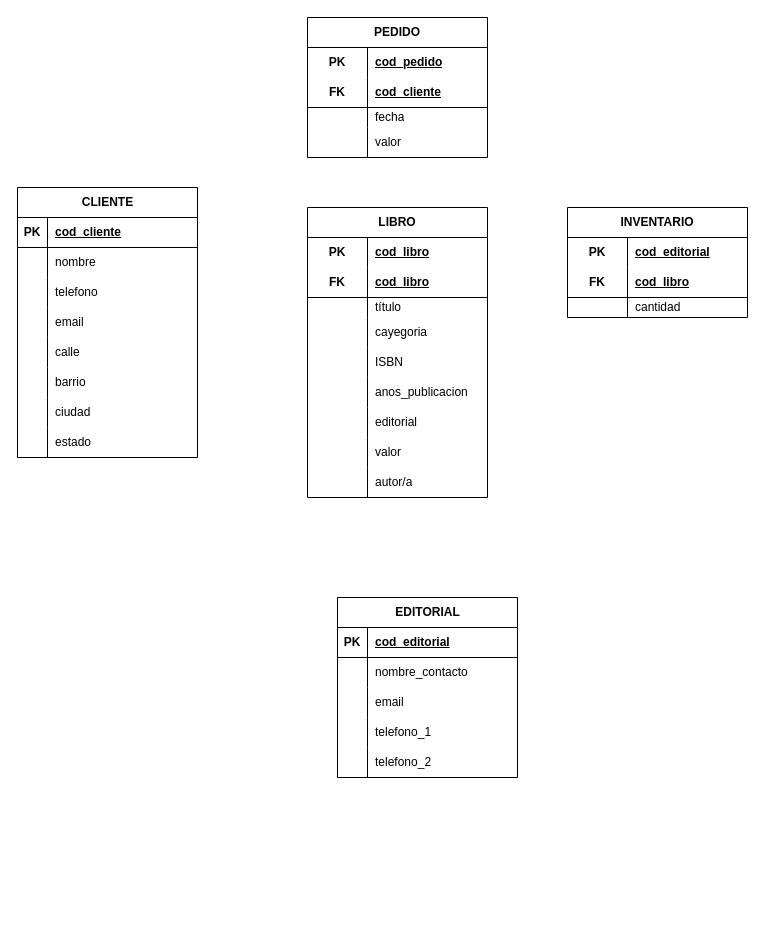
maximo-he/Modelado-de-base-de-datos keeps this draw.io diagram as modelo-logico.drawio. Above is the earlier version. Source tidied: cells renumbered, new cells numbered last; positions are measured from the earlier drawing's top-left corner, leaving out a move shared by most shapes. Both pictures are drawn from the tidied source at 100%, with x=0, y=0 at pixel (17, 17).
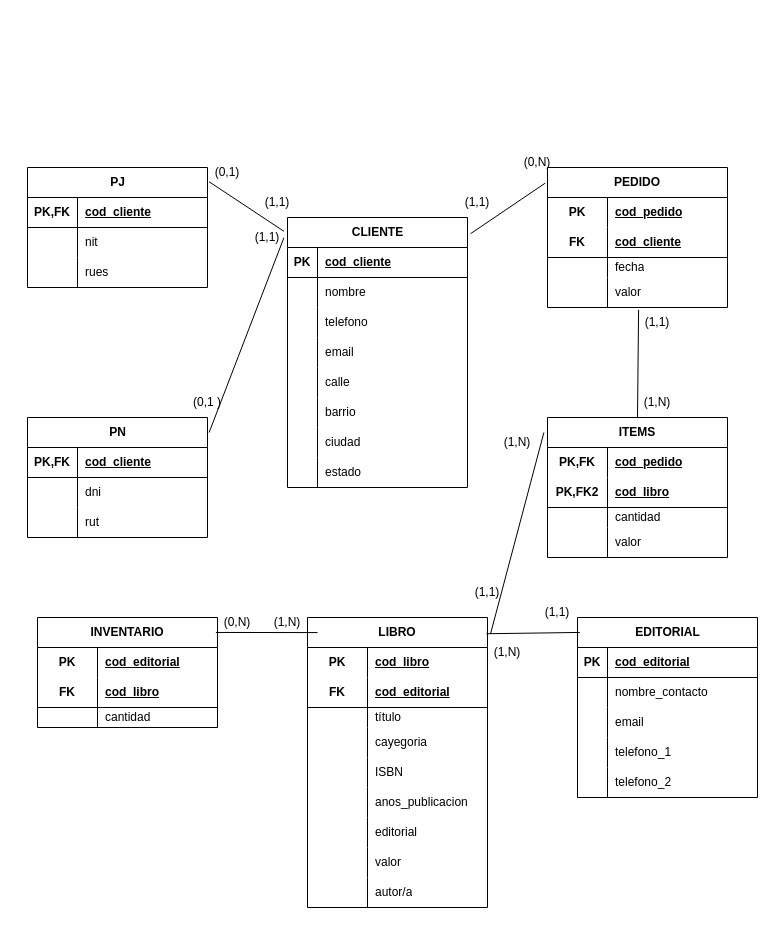
Above is the later version.

Unchanged cells that the change refers to:
```xml
<mxCell id="53" style="shape=tableRow;horizontal=0;startSize=0;swimlaneHead=0;swimlaneBody=0;fillColor=none;points=[[0,0.5],[1,0.5]];portConstraint=eastwest;top=0;left=0;right=0;bottom=0;html=1;" parent="43" vertex="1">
  <mxGeometry y="110" width="180" height="30" as="geometry" />
</mxCell>
<mxCell id="60" style="shape=tableRow;horizontal=0;startSize=0;swimlaneHead=0;swimlaneBody=0;fillColor=none;top=0;left=0;right=0;bottom=1;html=1;" parent="56" vertex="1">
  <mxGeometry y="60" width="180" height="30" as="geometry" />
</mxCell>
```

What changed in the source:
```diff
@@
     <mxCell id="2" value="CLIENTE" style="shape=table;startSize=30;childLayout=tableLayout;rowLines=0;fontStyle=1;align=center;html=1;" parent="1" vertex="1">
-      <mxGeometry y="170" width="180" height="270" as="geometry" />
+      <mxGeometry x="270" y="200" width="180" height="270" as="geometry" />
     </mxCell>
@@
     <mxCell id="27" value="EDITORIAL" style="shape=table;startSize=30;childLayout=tableLayout;rowLines=0;fontStyle=1;align=center;html=1;" parent="1" vertex="1">
-      <mxGeometry x="320" y="580" width="180" height="180" as="geometry" />
+      <mxGeometry x="560" y="600" width="180" height="180" as="geometry" />
     </mxCell>
@@
     <mxCell id="43" value="PEDIDO" style="shape=table;startSize=30;childLayout=tableLayout;rowLines=0;fontStyle=1;align=center;html=1;whiteSpace=wrap;" parent="1" vertex="1">
-      <mxGeometry x="290" width="180" height="140" as="geometry" />
+      <mxGeometry x="530" y="150" width="180" height="140" as="geometry" />
     </mxCell>
@@
     <mxCell id="56" value="LIBRO" style="shape=table;startSize=30;childLayout=tableLayout;rowLines=0;fontStyle=1;align=center;html=1;whiteSpace=wrap;" parent="1" vertex="1">
-      <mxGeometry x="290" y="190" width="180" height="290" as="geometry" />
+      <mxGeometry x="290" y="600" width="180" height="290" as="geometry" />
     </mxCell>
@@
-    <mxCell id="62" value="cod_libro" style="shape=partialRectangle;fillColor=none;top=0;left=0;bottom=0;right=0;align=left;spacingLeft=6;fontStyle=5;overflow=hidden;html=1;whiteSpace=wrap;" parent="60" vertex="1">
+    <mxCell id="62" value="cod_editorial" style="shape=partialRectangle;fillColor=none;top=0;left=0;bottom=0;right=0;align=left;spacingLeft=6;fontStyle=5;overflow=hidden;html=1;whiteSpace=wrap;" parent="60" vertex="1">
       <mxGeometry x="60" width="120" height="30" as="geometry" />
     </mxCell>
@@
     <mxCell id="84" value="INVENTARIO" style="shape=table;startSize=30;childLayout=tableLayout;rowLines=0;fontStyle=1;align=center;html=1;whiteSpace=wrap;" parent="1" vertex="1">
-      <mxGeometry x="550" y="190" width="180" height="110" as="geometry" />
+      <mxGeometry x="20" y="600" width="180" height="110" as="geometry" />
     </mxCell>
@@
+    <mxCell id="94" value="PJ" style="shape=table;startSize=30;childLayout=tableLayout;rowLines=0;fontStyle=1;align=center;html=1;" parent="1" vertex="1">
+      <mxGeometry x="10" y="150" width="180" height="120" as="geometry" />
+    </mxCell>
+    <mxCell id="95" style="shape=tableRow;horizontal=0;startSize=0;swimlaneHead=0;swimlaneBody=0;fillColor=none;top=0;left=0;right=0;bottom=1;" parent="94" vertex="1">
+      <mxGeometry y="30" width="180" height="30" as="geometry" />
+    </mxCell>
+    <mxCell id="96" value="PK,FK" style="shape=partialRectangle;fillColor=none;top=0;left=0;bottom=0;right=0;fontStyle=1;overflow=hidden;whiteSpace=wrap;html=1;" parent="95" vertex="1">
+      <mxGeometry width="50" height="30" as="geometry" />
+    </mxCell>
+    <mxCell id="97" value="cod_cliente" style="shape=partialRectangle;fillColor=none;top=0;left=0;bottom=0;right=0;align=left;spacingLeft=6;fontStyle=5;overflow=hidden;whiteSpace=wrap;html=1;" parent="95" vertex="1">
+      <mxGeometry x="50" width="130" height="30" as="geometry" />
+    </mxCell>
+    <mxCell id="98" style="shape=tableRow;horizontal=0;startSize=0;swimlaneHead=0;swimlaneBody=0;fillColor=none;top=0;left=0;right=0;bottom=0;" parent="94" vertex="1">
+      <mxGeometry y="60" width="180" height="30" as="geometry" />
+    </mxCell>
+    <mxCell id="99" style="shape=partialRectangle;fillColor=none;top=0;left=0;bottom=0;right=0;overflow=hidden;whiteSpace=wrap;html=1;" parent="98" vertex="1">
+      <mxGeometry width="50" height="30" as="geometry" />
+    </mxCell>
+    <mxCell id="100" value="nit" style="shape=partialRectangle;fillColor=none;top=0;left=0;bottom=0;right=0;align=left;spacingLeft=6;overflow=hidden;whiteSpace=wrap;html=1;" parent="98" vertex="1">
+      <mxGeometry x="50" width="130" height="30" as="geometry" />
+    </mxCell>
+    <mxCell id="101" style="shape=tableRow;horizontal=0;startSize=0;swimlaneHead=0;swimlaneBody=0;fillColor=none;top=0;left=0;right=0;bottom=0;" parent="94" vertex="1">
+      <mxGeometry y="90" width="180" height="30" as="geometry" />
+    </mxCell>
+    <mxCell id="102" style="shape=partialRectangle;fillColor=none;top=0;left=0;bottom=0;right=0;overflow=hidden;whiteSpace=wrap;html=1;" parent="101" vertex="1">
+      <mxGeometry width="50" height="30" as="geometry" />
+    </mxCell>
+    <mxCell id="103" value="rues" style="shape=partialRectangle;fillColor=none;top=0;left=0;bottom=0;right=0;align=left;spacingLeft=6;overflow=hidden;whiteSpace=wrap;html=1;" parent="101" vertex="1">
+      <mxGeometry x="50" width="130" height="30" as="geometry" />
+    </mxCell>
+    <mxCell id="104" value="PN" style="shape=table;startSize=30;childLayout=tableLayout;rowLines=0;fontStyle=1;align=center;html=1;" parent="1" vertex="1">
+      <mxGeometry x="10" y="400" width="180" height="120" as="geometry" />
+    </mxCell>
+    <mxCell id="105" style="shape=tableRow;horizontal=0;startSize=0;swimlaneHead=0;swimlaneBody=0;fillColor=none;top=0;left=0;right=0;bottom=1;" parent="104" vertex="1">
+      <mxGeometry y="30" width="180" height="30" as="geometry" />
+    </mxCell>
+    <mxCell id="106" value="PK,FK" style="shape=partialRectangle;fillColor=none;top=0;left=0;bottom=0;right=0;fontStyle=1;overflow=hidden;whiteSpace=wrap;html=1;" parent="105" vertex="1">
+      <mxGeometry width="50" height="30" as="geometry" />
+    </mxCell>
+    <mxCell id="107" value="cod_cliente" style="shape=partialRectangle;fillColor=none;top=0;left=0;bottom=0;right=0;align=left;spacingLeft=6;fontStyle=5;overflow=hidden;whiteSpace=wrap;html=1;" parent="105" vertex="1">
+      <mxGeometry x="50" width="130" height="30" as="geometry" />
+    </mxCell>
+    <mxCell id="108" style="shape=tableRow;horizontal=0;startSize=0;swimlaneHead=0;swimlaneBody=0;fillColor=none;top=0;left=0;right=0;bottom=0;" parent="104" vertex="1">
+      <mxGeometry y="60" width="180" height="30" as="geometry" />
+    </mxCell>
+    <mxCell id="109" style="shape=partialRectangle;fillColor=none;top=0;left=0;bottom=0;right=0;overflow=hidden;whiteSpace=wrap;html=1;" parent="108" vertex="1">
+      <mxGeometry width="50" height="30" as="geometry" />
+    </mxCell>
+    <mxCell id="110" value="dni" style="shape=partialRectangle;fillColor=none;top=0;left=0;bottom=0;right=0;align=left;spacingLeft=6;overflow=hidden;whiteSpace=wrap;html=1;" parent="108" vertex="1">
+      <mxGeometry x="50" width="130" height="30" as="geometry" />
+    </mxCell>
+    <mxCell id="111" style="shape=tableRow;horizontal=0;startSize=0;swimlaneHead=0;swimlaneBody=0;fillColor=none;top=0;left=0;right=0;bottom=0;" parent="104" vertex="1">
+      <mxGeometry y="90" width="180" height="30" as="geometry" />
+    </mxCell>
+    <mxCell id="112" style="shape=partialRectangle;fillColor=none;top=0;left=0;bottom=0;right=0;overflow=hidden;whiteSpace=wrap;html=1;" parent="111" vertex="1">
+      <mxGeometry width="50" height="30" as="geometry" />
+    </mxCell>
+    <mxCell id="113" value="rut" style="shape=partialRectangle;fillColor=none;top=0;left=0;bottom=0;right=0;align=left;spacingLeft=6;overflow=hidden;whiteSpace=wrap;html=1;" parent="111" vertex="1">
+      <mxGeometry x="50" width="130" height="30" as="geometry" />
+    </mxCell>
+    <mxCell id="114" value="ITEMS" style="shape=table;startSize=30;childLayout=tableLayout;rowLines=0;fontStyle=1;align=center;html=1;whiteSpace=wrap;" parent="1" vertex="1">
+      <mxGeometry x="530" y="400" width="180" height="140" as="geometry" />
+    </mxCell>
+    <mxCell id="115" style="shape=tableRow;horizontal=0;startSize=0;swimlaneHead=0;swimlaneBody=0;fillColor=none;top=0;left=0;right=0;bottom=0;html=1;" parent="114" vertex="1">
+      <mxGeometry y="30" width="180" height="30" as="geometry" />
+    </mxCell>
+    <mxCell id="116" value="PK,FK" style="shape=partialRectangle;fillColor=none;top=0;left=0;bottom=0;right=0;fontStyle=1;overflow=hidden;html=1;whiteSpace=wrap;" parent="115" vertex="1">
+      <mxGeometry width="60" height="30" as="geometry" />
+    </mxCell>
+    <mxCell id="117" value="cod_pedido" style="shape=partialRectangle;fillColor=none;top=0;left=0;bottom=0;right=0;align=left;spacingLeft=6;fontStyle=5;overflow=hidden;html=1;whiteSpace=wrap;" parent="115" vertex="1">
+      <mxGeometry x="60" width="120" height="30" as="geometry" />
+    </mxCell>
+    <mxCell id="118" style="shape=tableRow;horizontal=0;startSize=0;swimlaneHead=0;swimlaneBody=0;fillColor=none;top=0;left=0;right=0;bottom=1;html=1;" parent="114" vertex="1">
+      <mxGeometry y="60" width="180" height="30" as="geometry" />
+    </mxCell>
+    <mxCell id="119" value="PK,FK2" style="shape=partialRectangle;fillColor=none;top=0;left=0;bottom=0;right=0;fontStyle=1;overflow=hidden;html=1;whiteSpace=wrap;" parent="118" vertex="1">
+      <mxGeometry width="60" height="30" as="geometry" />
+    </mxCell>
+    <mxCell id="120" value="cod_libro" style="shape=partialRectangle;fillColor=none;top=0;left=0;bottom=0;right=0;align=left;spacingLeft=6;fontStyle=5;overflow=hidden;html=1;whiteSpace=wrap;" parent="118" vertex="1">
+      <mxGeometry x="60" width="120" height="30" as="geometry" />
+    </mxCell>
+    <mxCell id="121" style="shape=tableRow;horizontal=0;startSize=0;swimlaneHead=0;swimlaneBody=0;fillColor=none;top=0;left=0;right=0;bottom=0;html=1;" parent="114" vertex="1">
+      <mxGeometry y="90" width="180" height="20" as="geometry" />
+    </mxCell>
+    <mxCell id="122" style="shape=partialRectangle;fillColor=none;top=0;left=0;bottom=0;right=0;overflow=hidden;html=1;whiteSpace=wrap;" parent="121" vertex="1">
+      <mxGeometry width="60" height="20" as="geometry" />
+    </mxCell>
+    <mxCell id="123" value="cantidad" style="shape=partialRectangle;fillColor=none;top=0;left=0;bottom=0;right=0;align=left;spacingLeft=6;overflow=hidden;html=1;whiteSpace=wrap;" parent="121" vertex="1">
+      <mxGeometry x="60" width="120" height="20" as="geometry" />
+    </mxCell>
+    <mxCell id="124" style="shape=tableRow;horizontal=0;startSize=0;swimlaneHead=0;swimlaneBody=0;fillColor=none;top=0;left=0;right=0;bottom=0;html=1;" parent="114" vertex="1">
+      <mxGeometry y="110" width="180" height="30" as="geometry" />
+    </mxCell>
+    <mxCell id="125" style="shape=partialRectangle;fillColor=none;top=0;left=0;bottom=0;right=0;overflow=hidden;html=1;whiteSpace=wrap;" parent="124" vertex="1">
+      <mxGeometry width="60" height="30" as="geometry" />
+    </mxCell>
+    <mxCell id="126" value="valor" style="shape=partialRectangle;fillColor=none;top=0;left=0;bottom=0;right=0;align=left;spacingLeft=6;overflow=hidden;html=1;whiteSpace=wrap;" parent="124" vertex="1">
+      <mxGeometry x="60" width="120" height="30" as="geometry" />
+    </mxCell>
+    <mxCell id="127" style="endArrow=none;html=1;rounded=0;entryX=0.056;entryY=0.052;entryDx=0;entryDy=0;entryPerimeter=0;exitX=0.991;exitY=0.136;exitDx=0;exitDy=0;exitPerimeter=0;" parent="1" edge="1" source="84" target="56">
+      <mxGeometry relative="1" as="geometry" />
+    </mxCell>
+    <mxCell id="128" style="endArrow=none;html=1;rounded=0;exitX=1.009;exitY=0.119;exitDx=0;exitDy=0;exitPerimeter=0;entryX=-0.02;entryY=0.051;entryDx=0;entryDy=0;entryPerimeter=0;" parent="1" edge="1" source="94" target="2">
+      <mxGeometry relative="1" as="geometry" />
+    </mxCell>
+    <mxCell id="129" style="endArrow=none;html=1;rounded=0;exitX=1.009;exitY=0.125;exitDx=0;exitDy=0;exitPerimeter=0;entryX=-0.02;entryY=0.075;entryDx=0;entryDy=0;entryPerimeter=0;" parent="1" edge="1" source="104" target="2">
+      <mxGeometry relative="1" as="geometry" />
+    </mxCell>
+    <mxCell id="130" style="endArrow=none;html=1;rounded=0;exitX=1.017;exitY=0.06;exitDx=0;exitDy=0;exitPerimeter=0;entryX=-0.013;entryY=0.112;entryDx=0;entryDy=0;entryPerimeter=0;" parent="1" edge="1" source="2" target="43">
+      <mxGeometry relative="1" as="geometry" />
+    </mxCell>
+    <mxCell id="131" style="endArrow=none;html=1;rounded=0;exitX=0.506;exitY=1.078;exitDx=0;exitDy=0;exitPerimeter=0;entryX=0.5;entryY=0;entryDx=0;entryDy=0;" parent="1" edge="1" source="53" target="114">
+      <mxGeometry relative="1" as="geometry" />
+    </mxCell>
+    <mxCell id="132" style="endArrow=none;html=1;rounded=0;entryX=-0.02;entryY=0.107;entryDx=0;entryDy=0;entryPerimeter=0;exitX=1.017;exitY=0.056;exitDx=0;exitDy=0;exitPerimeter=0;" parent="1" edge="1" source="56" target="114">
+      <mxGeometry relative="1" as="geometry" />
+    </mxCell>
+    <mxCell id="133" style="endArrow=none;html=1;rounded=0;exitX=0.994;exitY=0.056;exitDx=0;exitDy=0;exitPerimeter=0;entryX=0.013;entryY=0.083;entryDx=0;entryDy=0;entryPerimeter=0;" parent="1" edge="1" source="56" target="27">
+      <mxGeometry relative="1" as="geometry" />
+    </mxCell>
+    <mxCell id="134" value="(0,1)" style="text;html=1;align=center;verticalAlign=middle;whiteSpace=wrap;rounded=0;" parent="1" vertex="1">
+      <mxGeometry x="180" y="140" width="60" height="30" as="geometry" />
+    </mxCell>
+    <mxCell id="135" value="(1,1)" style="text;html=1;align=center;verticalAlign=middle;whiteSpace=wrap;rounded=0;" parent="1" vertex="1">
+      <mxGeometry x="430" y="170" width="60" height="30" as="geometry" />
+    </mxCell>
+    <mxCell id="136" value="(1,1)" style="text;html=1;align=center;verticalAlign=middle;whiteSpace=wrap;rounded=0;" parent="1" vertex="1">
+      <mxGeometry x="230" y="170" width="60" height="30" as="geometry" />
+    </mxCell>
+    <mxCell id="137" value="(0,1 )" style="text;html=1;align=center;verticalAlign=middle;whiteSpace=wrap;rounded=0;" parent="1" vertex="1">
+      <mxGeometry x="160" y="370" width="60" height="30" as="geometry" />
+    </mxCell>
+    <mxCell id="138" value="(1,1)" style="text;html=1;align=center;verticalAlign=middle;whiteSpace=wrap;rounded=0;" parent="1" vertex="1">
+      <mxGeometry x="220" y="205" width="60" height="30" as="geometry" />
+    </mxCell>
+    <mxCell id="139" value="(0,N)" style="text;html=1;align=center;verticalAlign=middle;whiteSpace=wrap;rounded=0;" parent="1" vertex="1">
+      <mxGeometry x="490" y="130" width="60" height="30" as="geometry" />
+    </mxCell>
+    <mxCell id="140" value="(1,1)" style="text;html=1;align=center;verticalAlign=middle;whiteSpace=wrap;rounded=0;" parent="1" vertex="1">
+      <mxGeometry x="610" y="290" width="60" height="30" as="geometry" />
+    </mxCell>
+    <mxCell id="141" value="(1,N)" style="text;html=1;align=center;verticalAlign=middle;whiteSpace=wrap;rounded=0;" parent="1" vertex="1">
+      <mxGeometry x="610" y="370" width="60" height="30" as="geometry" />
+    </mxCell>
+    <mxCell id="142" value="(0,N)" style="text;html=1;align=center;verticalAlign=middle;whiteSpace=wrap;rounded=0;" parent="1" vertex="1">
+      <mxGeometry x="190" y="590" width="60" height="30" as="geometry" />
+    </mxCell>
+    <mxCell id="143" value="(1,N)" style="text;html=1;align=center;verticalAlign=middle;whiteSpace=wrap;rounded=0;" parent="1" vertex="1">
+      <mxGeometry x="240" y="590" width="60" height="30" as="geometry" />
+    </mxCell>
+    <mxCell id="144" value="(1,1)" style="text;html=1;align=center;verticalAlign=middle;whiteSpace=wrap;rounded=0;" parent="1" vertex="1">
+      <mxGeometry x="440" y="560" width="60" height="30" as="geometry" />
+    </mxCell>
+    <mxCell id="145" value="(1,N)" style="text;html=1;align=center;verticalAlign=middle;whiteSpace=wrap;rounded=0;" parent="1" vertex="1">
+      <mxGeometry x="470" y="410" width="60" height="30" as="geometry" />
+    </mxCell>
+    <mxCell id="146" value="(1,N)" style="text;html=1;align=center;verticalAlign=middle;whiteSpace=wrap;rounded=0;" parent="1" vertex="1">
+      <mxGeometry x="460" y="620" width="60" height="30" as="geometry" />
+    </mxCell>
+    <mxCell id="147" value="(1,1)" style="text;html=1;align=center;verticalAlign=middle;whiteSpace=wrap;rounded=0;" parent="1" vertex="1">
+      <mxGeometry x="510" y="580" width="60" height="30" as="geometry" />
+    </mxCell>
```
